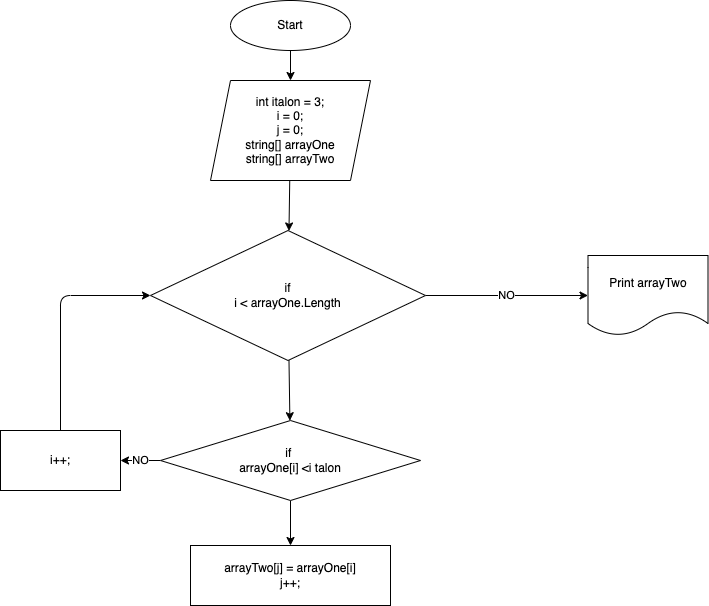
This is bs.drawio.png from EruslanovAndri/FinalHW, a draw.io export, as it was before one commit. Source tidied: cells renumbered, new cells last; positions are measured from the earlier drawing's top-left corner, leaving out a move shared by most shapes. The source it was exported from:
```xml
<mxGraphModel>
  <root>
    <mxCell id="0" />
    <mxCell id="1" parent="0" />
    <mxCell id="2" style="edgeStyle=none;html=1;exitX=0.5;exitY=1;exitDx=0;exitDy=0;entryX=0.5;entryY=0;entryDx=0;entryDy=0;" parent="1" edge="1" source="3" target="5">
      <mxGeometry relative="1" as="geometry" />
    </mxCell>
    <mxCell id="3" value="Start" style="ellipse;whiteSpace=wrap;html=1;" parent="1" vertex="1">
      <mxGeometry x="230" width="120" height="50" as="geometry" />
    </mxCell>
    <mxCell id="4" style="edgeStyle=none;html=1;" parent="1" edge="1" source="5" target="8">
      <mxGeometry relative="1" as="geometry" />
    </mxCell>
    <mxCell id="5" value="int italon = 3;&lt;br&gt;i = 0;&lt;br&gt;j = 0;&lt;br&gt;string[] arrayOne&lt;br&gt;string[] arrayTwo" style="shape=parallelogram;perimeter=parallelogramPerimeter;whiteSpace=wrap;html=1;fixedSize=1;" parent="1" vertex="1">
      <mxGeometry x="210" y="80" width="160" height="100" as="geometry" />
    </mxCell>
    <mxCell id="6" value="NO" style="edgeStyle=none;html=1;" parent="1" edge="1" source="8" target="9">
      <mxGeometry relative="1" as="geometry" />
    </mxCell>
    <mxCell id="7" style="edgeStyle=none;html=1;" parent="1" edge="1" source="8" target="12">
      <mxGeometry relative="1" as="geometry" />
    </mxCell>
    <mxCell id="8" value="if&lt;br&gt;i &amp;lt; arrayOne.Length" style="rhombus;whiteSpace=wrap;html=1;" parent="1" vertex="1">
      <mxGeometry x="150" y="230" width="275" height="130" as="geometry" />
    </mxCell>
    <mxCell id="9" value="Print arrayTwo" style="shape=document;whiteSpace=wrap;html=1;boundedLbl=1;" parent="1" vertex="1">
      <mxGeometry x="587.5" y="255" width="120" height="80" as="geometry" />
    </mxCell>
    <mxCell id="10" value="NO" style="edgeStyle=none;html=1;" parent="1" edge="1" source="12" target="14">
      <mxGeometry relative="1" as="geometry" />
    </mxCell>
    <mxCell id="11" style="edgeStyle=none;html=1;" parent="1" edge="1" source="12" target="15">
      <mxGeometry relative="1" as="geometry" />
    </mxCell>
    <mxCell id="12" value="if&amp;nbsp;&lt;br&gt;arrayOne[i] &amp;lt;i talon" style="rhombus;whiteSpace=wrap;html=1;" parent="1" vertex="1">
      <mxGeometry x="160" y="420" width="260" height="80" as="geometry" />
    </mxCell>
    <mxCell id="13" style="edgeStyle=none;html=1;exitX=0.5;exitY=0;exitDx=0;exitDy=0;entryX=0;entryY=0.5;entryDx=0;entryDy=0;" parent="1" edge="1" source="14" target="8">
      <mxGeometry relative="1" as="geometry">
        <Array as="points">
          <mxPoint x="60" y="295" />
        </Array>
      </mxGeometry>
    </mxCell>
    <mxCell id="14" value="i++;" style="whiteSpace=wrap;html=1;" parent="1" vertex="1">
      <mxGeometry y="430" width="120" height="60" as="geometry" />
    </mxCell>
    <mxCell id="15" value="arrayTwo[j] = arrayOne[i]&lt;br&gt;j++;" style="whiteSpace=wrap;html=1;" parent="1" vertex="1">
      <mxGeometry x="190" y="545" width="200" height="60" as="geometry" />
    </mxCell>
  </root>
</mxGraphModel>
```
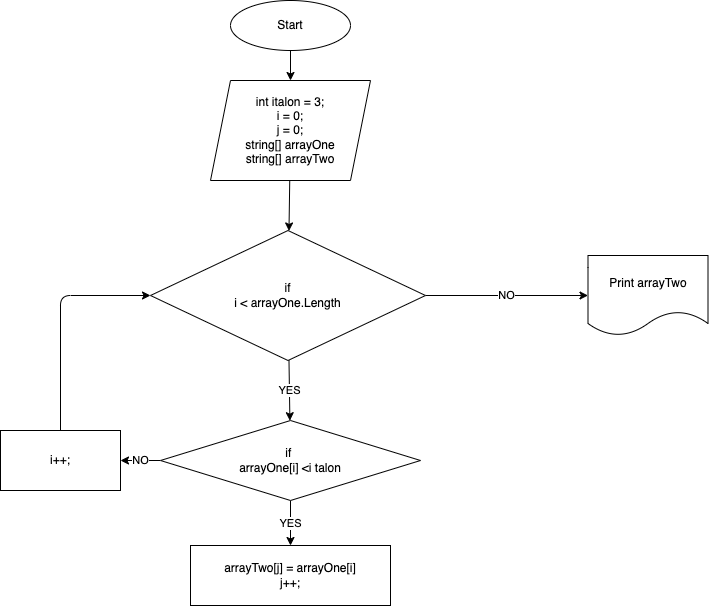
The same diagram one commit later.

Commit message:
блок схема

Change to the diagram source:
```diff
@@ -17,7 +17,7 @@
     <mxCell id="6" value="NO" style="edgeStyle=none;html=1;" parent="1" edge="1" source="8" target="9">
       <mxGeometry relative="1" as="geometry" />
     </mxCell>
-    <mxCell id="7" style="edgeStyle=none;html=1;" parent="1" edge="1" source="8" target="12">
+    <mxCell id="7" value="YES" style="edgeStyle=none;html=1;" parent="1" edge="1" source="8" target="12">
       <mxGeometry relative="1" as="geometry" />
     </mxCell>
     <mxCell id="8" value="if&lt;br&gt;i &amp;lt; arrayOne.Length" style="rhombus;whiteSpace=wrap;html=1;" parent="1" vertex="1">
@@ -29,7 +29,7 @@
     <mxCell id="10" value="NO" style="edgeStyle=none;html=1;" parent="1" edge="1" source="12" target="14">
       <mxGeometry relative="1" as="geometry" />
     </mxCell>
-    <mxCell id="11" style="edgeStyle=none;html=1;" parent="1" edge="1" source="12" target="15">
+    <mxCell id="11" value="YES" style="edgeStyle=none;html=1;" parent="1" edge="1" source="12" target="15">
       <mxGeometry relative="1" as="geometry" />
     </mxCell>
     <mxCell id="12" value="if&amp;nbsp;&lt;br&gt;arrayOne[i] &amp;lt;i talon" style="rhombus;whiteSpace=wrap;html=1;" parent="1" vertex="1">
```
